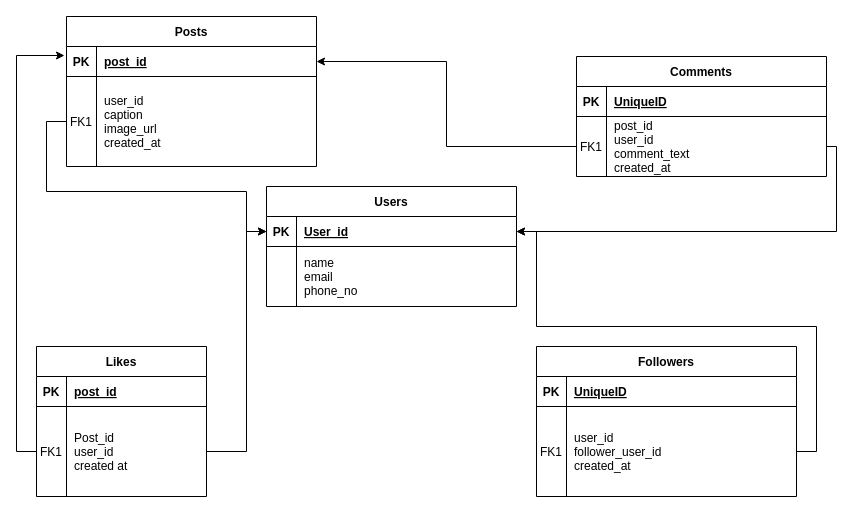
AkhilVeluru/Instagram-Data_Modeling-Analytics keeps this draw.io diagram as Untitled Diagram.drawio. Above is the earlier version. Source tidied: cells renumbered, new cells numbered last; positions are measured from the earlier drawing's top-left corner, leaving out a move shared by most shapes. Both pictures are drawn from the tidied source at 100%, with x=0, y=0 at pixel (16, 16).
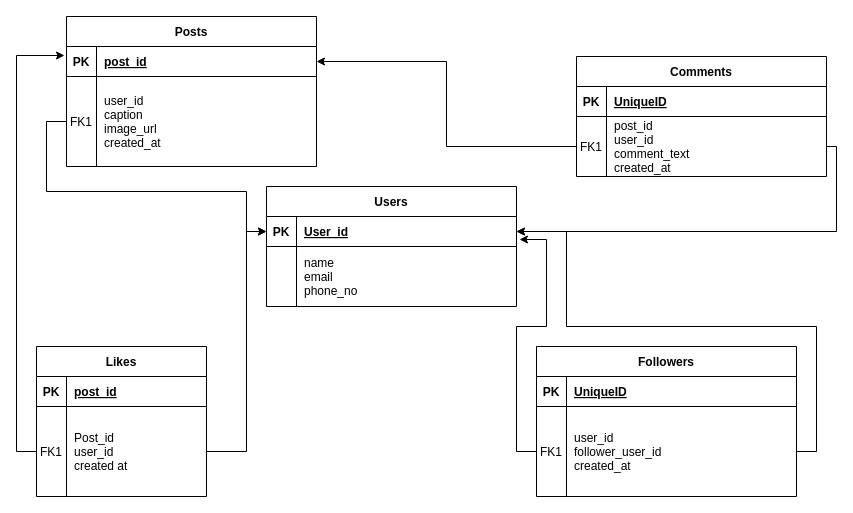
After the change.

Commit message:
Instagram Data Model.drawio

Unchanged cells that the change refers to:
```xml
<mxCell id="17" style="shape=partialRectangle;fillColor=none;points=[[0,0.5],[1,0.5]];portConstraint=eastwest;top=0;left=0;right=0;bottom=1;" parent="16" vertex="1">
  <mxGeometry y="30" width="250" height="30" as="geometry" />
</mxCell>
<mxCell id="34" style="shape=partialRectangle;fillColor=none;points=[[0,0.5],[1,0.5]];portConstraint=eastwest;top=0;left=0;right=0;bottom=0;" parent="30" vertex="1">
  <mxGeometry y="60" width="260" height="90" as="geometry" />
</mxCell>
```

Diff of the diagram source:
```diff
@@
     <mxCell id="40" style="edgeStyle=orthogonalEdgeStyle;rounded=0;jettySize=auto;html=1;entryX=1;entryY=0.5;entryDx=0;entryDy=0;" parent="1" edge="1" source="34" target="17">
       <mxGeometry relative="1" as="geometry">
         <Array as="points">
           <mxPoint x="800" y="435" />
           <mxPoint x="800" y="310" />
-          <mxPoint x="520" y="310" />
-          <mxPoint x="520" y="215" />
+          <mxPoint x="550" y="310" />
+          <mxPoint x="550" y="215" />
         </Array>
       </mxGeometry>
     </mxCell>
@@
+    <mxCell id="43" style="edgeStyle=orthogonalEdgeStyle;rounded=0;jettySize=auto;html=1;exitX=0;exitY=0.5;exitDx=0;exitDy=0;entryX=1.012;entryY=0.767;entryDx=0;entryDy=0;entryPerimeter=0;" parent="1" edge="1" source="34" target="17">
+      <mxGeometry relative="1" as="geometry">
+        <Array as="points">
+          <mxPoint x="500" y="435" />
+          <mxPoint x="500" y="310" />
+          <mxPoint x="530" y="310" />
+          <mxPoint x="530" y="223" />
+        </Array>
+      </mxGeometry>
+    </mxCell>
```
